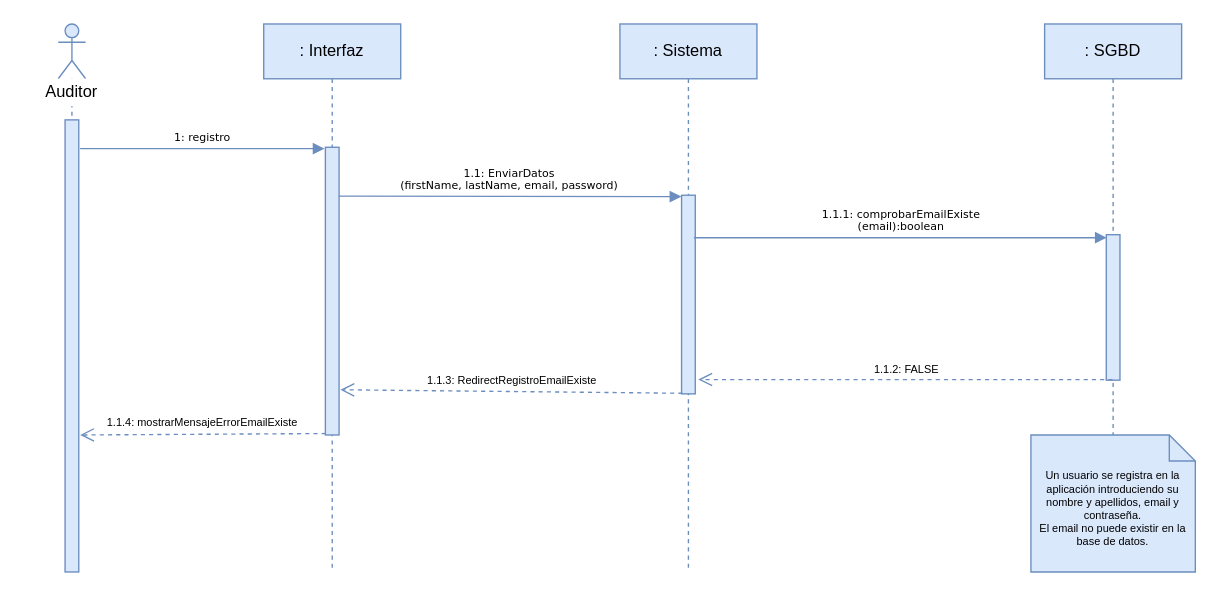
The draw.io diagram page "Registro existe" (5 of 6) of sequenceDiagram.drawio in Carrivax/diagrams, before the edit. Source tidied: cells renumbered, new cells numbered last; positions are measured from the earlier drawing's top-left corner, leaving out a move shared by most shapes. Both pictures are drawn from the tidied source at 137%, with x=0, y=0 at pixel (23, 23).
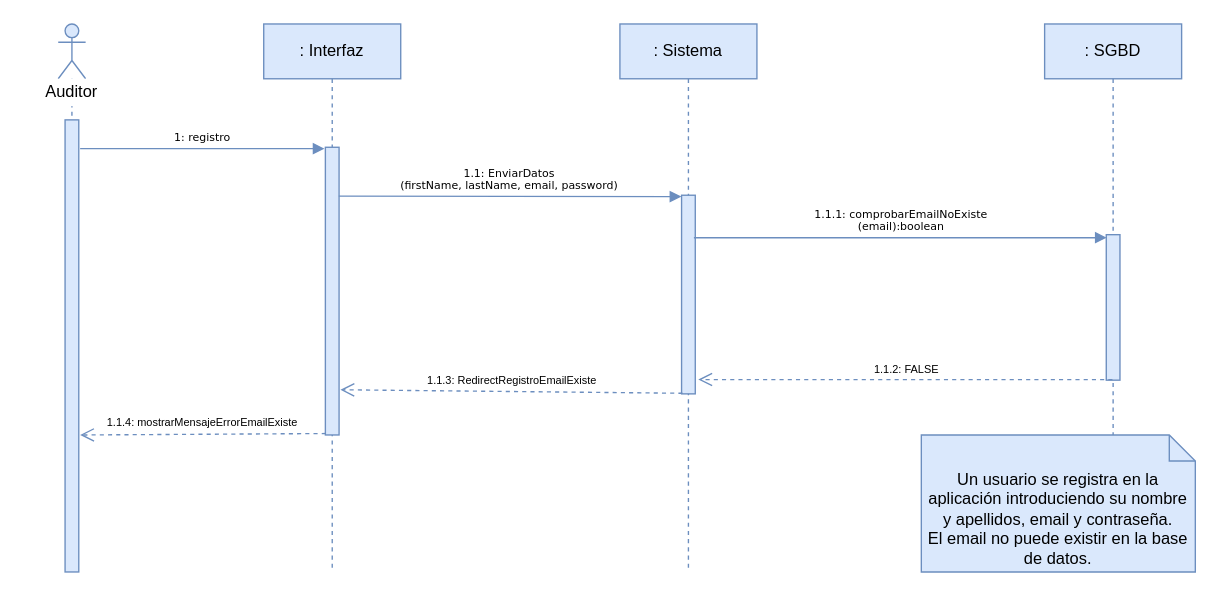
The same diagram, later.

The change refers to these unchanged cells:
```xml
<mxCell id="10" style="html=1;points=[];perimeter=orthogonalPerimeter;fillColor=#dae8fc;strokeColor=#6c8ebf;" parent="9" vertex="1">
  <mxGeometry x="45" y="153.8" width="10" height="106.2" as="geometry" />
</mxCell>
```

Diff of the diagram source:
```diff
@@
-    <mxCell id="14" value="&lt;div style=&quot;font-size: 8px&quot;&gt;&lt;font style=&quot;font-size: 8px&quot;&gt;1.1.1: comprobarEmailExiste&lt;/font&gt;&lt;/div&gt;&lt;div style=&quot;font-size: 8px&quot;&gt;&lt;font style=&quot;font-size: 8px&quot;&gt;(email):boolean&lt;br style=&quot;font-size: 8px&quot;&gt;&lt;/font&gt;&lt;/div&gt;" style="html=1;verticalAlign=bottom;endArrow=block;labelBackgroundColor=none;fontFamily=Verdana;fontSize=8;edgeStyle=elbowEdgeStyle;elbow=vertical;fillColor=#dae8fc;strokeColor=#6c8ebf;entryX=0.033;entryY=0.018;entryDx=0;entryDy=0;entryPerimeter=0;" parent="1" edge="1" target="10">
+    <mxCell id="14" value="&lt;div style=&quot;font-size: 8px&quot;&gt;&lt;font style=&quot;font-size: 8px&quot;&gt;1.1.1: comprobarEmailNoExiste&lt;/font&gt;&lt;/div&gt;&lt;div style=&quot;font-size: 8px&quot;&gt;&lt;font style=&quot;font-size: 8px&quot;&gt;(email):boolean&lt;br style=&quot;font-size: 8px&quot;&gt;&lt;/font&gt;&lt;/div&gt;" style="html=1;verticalAlign=bottom;endArrow=block;labelBackgroundColor=none;fontFamily=Verdana;fontSize=8;edgeStyle=elbowEdgeStyle;elbow=vertical;fillColor=#dae8fc;strokeColor=#6c8ebf;entryX=0.033;entryY=0.018;entryDx=0;entryDy=0;entryPerimeter=0;" parent="1" edge="1" target="10">
       <mxGeometry relative="1" as="geometry">
         <mxPoint x="489" y="156" as="sourcePoint" />
         <Array as="points">
           <mxPoint x="645" y="156" />
         </Array>
       </mxGeometry>
     </mxCell>
@@
-    <mxCell id="17" value="&lt;div&gt;Un usuario se registra en la aplicación introduciendo su nombre y apellidos, email y contraseña.&lt;/div&gt;&lt;div&gt;El email no puede existir en la base de datos.&lt;br&gt;&lt;/div&gt;" style="shape=note2;boundedLbl=1;whiteSpace=wrap;html=1;size=19;verticalAlign=top;align=center;fontSize=8;fillColor=#dae8fc;strokeColor=#6c8ebf;" parent="1" vertex="1">
-      <mxGeometry x="735" y="300" width="120" height="100" as="geometry" />
+    <mxCell id="17" value="&lt;div&gt;&lt;font style=&quot;font-size: 12px&quot;&gt;Un usuario se registra en la aplicación introduciendo su nombre y apellidos, email y contraseña.&lt;/font&gt;&lt;/div&gt;&lt;div&gt;&lt;font style=&quot;font-size: 12px&quot;&gt;El email no puede existir en la base de datos.&lt;br&gt;&lt;/font&gt;&lt;/div&gt;" style="shape=note2;boundedLbl=1;whiteSpace=wrap;html=1;size=19;verticalAlign=top;align=center;fontSize=8;fillColor=#dae8fc;strokeColor=#6c8ebf;" parent="1" vertex="1">
+      <mxGeometry x="655" y="300" width="200" height="100" as="geometry" />
     </mxCell>
```
